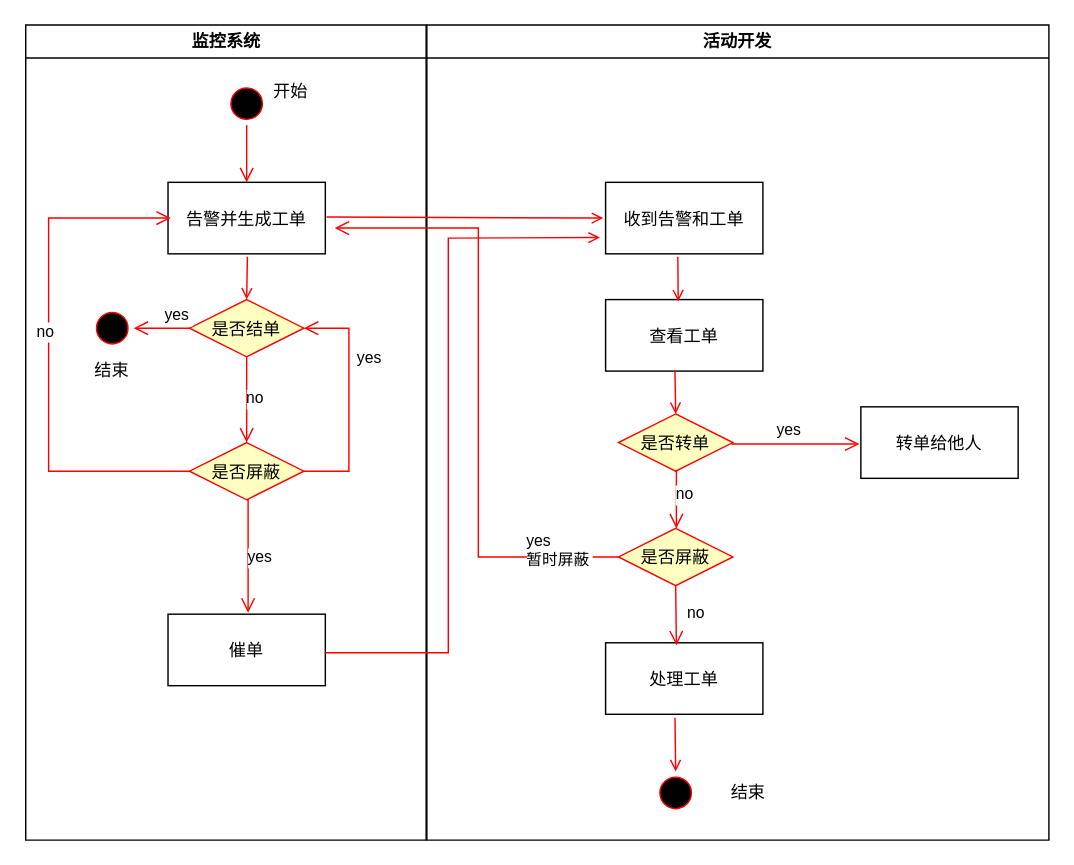
Before: 工单系统活动图.drawio in FelixTt/repositoryForDraw.io, a draw.io diagram. Source tidied: cells renumbered, new cells numbered last; positions are measured from the earlier drawing's top-left corner, leaving out a move shared by most shapes. Both pictures are drawn from the tidied source at 143%, with x=0, y=0 at pixel (24, 24).
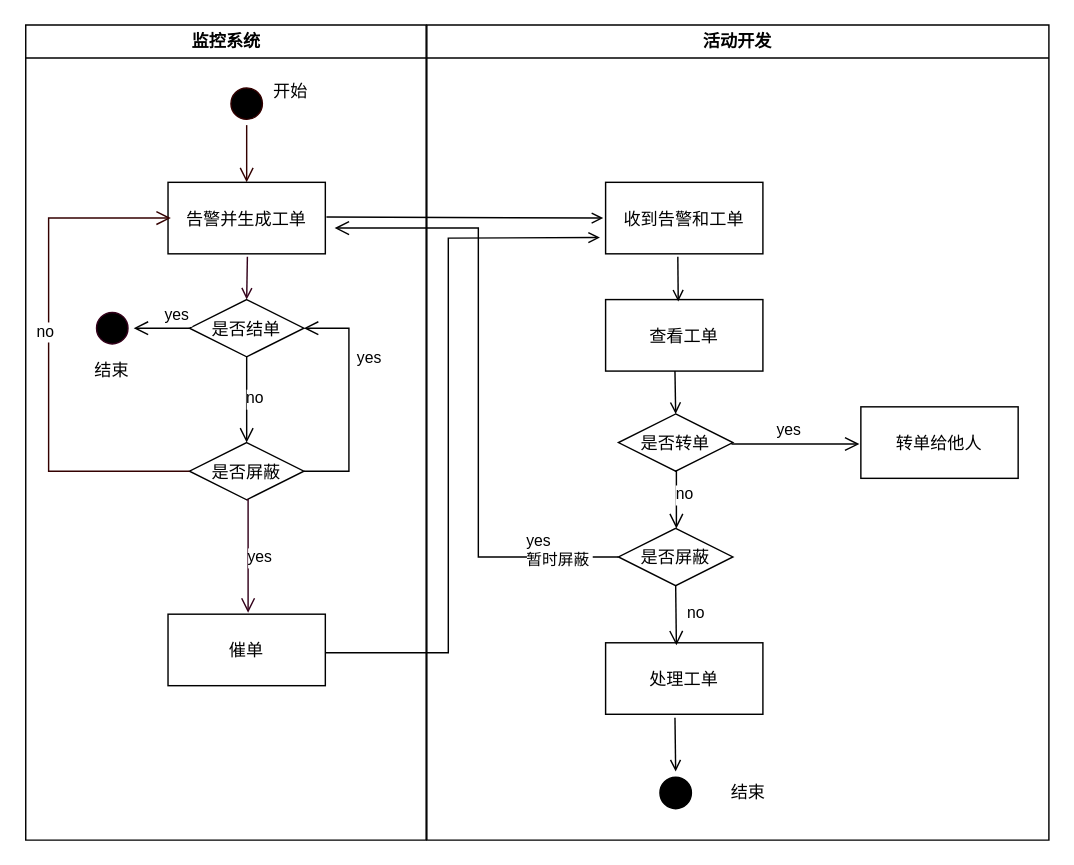
Above is the later version.

Commit message:
更新工单系统活动图.drawio

The change refers to these unchanged cells:
```xml
<mxCell id="2" value="监控系统" style="swimlane;whiteSpace=wrap;startSize=23;" parent="1" vertex="1">
  <mxGeometry x="0.5" width="280" height="570" as="geometry" />
</mxCell>
<mxCell id="5" value="告警并生成工单" parent="2" vertex="1">
  <mxGeometry x="99.5" y="110" width="110" height="50" as="geometry" />
</mxCell>
<mxCell id="7" value="催单" parent="2" vertex="1">
  <mxGeometry x="99.5" y="412" width="110" height="50" as="geometry" />
</mxCell>
<mxCell id="19" value="收到告警和工单" parent="18" vertex="1">
  <mxGeometry x="125" y="110" width="110" height="50" as="geometry" />
</mxCell>
<mxCell id="23" value="处理工单" parent="18" vertex="1">
  <mxGeometry x="125" y="432" width="110" height="50" as="geometry" />
</mxCell>
```

The edit, as a diff of the source:
```diff
@@
-    <mxCell id="3" style="ellipse;shape=startState;fillColor=#000000;strokeColor=#ff0000;" parent="2" vertex="1">
+    <mxCell id="3" style="ellipse;shape=startState;fillColor=#000000;strokeColor=#330000;" parent="2" vertex="1">
       <mxGeometry x="139.5" y="40" width="30" height="30" as="geometry" />
     </mxCell>
-    <mxCell id="4" style="edgeStyle=elbowEdgeStyle;elbow=horizontal;verticalAlign=bottom;endArrow=open;endSize=8;strokeColor=#FF0000;endFill=1;rounded=0;" parent="2" edge="1" source="3" target="5">
+    <mxCell id="4" style="edgeStyle=elbowEdgeStyle;elbow=horizontal;verticalAlign=bottom;endArrow=open;endSize=8;strokeColor=#330000;endFill=1;rounded=0;" parent="2" edge="1" source="3" target="5">
       <mxGeometry x="139.5" y="40" as="geometry" />
     </mxCell>
@@
-    <mxCell id="6" style="endArrow=open;strokeColor=#FF0000;endFill=1;rounded=0;entryX=0.5;entryY=0;entryDx=0;entryDy=0;" parent="2" edge="1" target="8">
+    <mxCell id="6" style="endArrow=open;strokeColor=#33001A;endFill=1;rounded=0;entryX=0.5;entryY=0;entryDx=0;entryDy=0;" parent="2" edge="1" target="8">
       <mxGeometry relative="1" as="geometry">
         <mxPoint x="155" y="162" as="sourcePoint" />
       </mxGeometry>
     </mxCell>
@@
-    <mxCell id="8" value="是否结单" style="rhombus;fillColor=#ffffc0;strokeColor=#ff0000;" parent="2" vertex="1">
+    <mxCell id="8" value="是否结单" style="rhombus;fillColor=#FFFFFF;strokeColor=#000000;" parent="2" vertex="1">
       <mxGeometry x="114.5" y="192" width="80" height="40" as="geometry" />
     </mxCell>
-    <mxCell id="9" style="ellipse;shape=startState;fillColor=#000000;strokeColor=#ff0000;" parent="2" vertex="1">
+    <mxCell id="9" style="ellipse;shape=startState;fillColor=#000000;strokeColor=#33001A;" parent="2" vertex="1">
       <mxGeometry x="45.5" y="197" width="30" height="30" as="geometry" />
     </mxCell>
-    <mxCell id="10" value="yes" style="edgeStyle=elbowEdgeStyle;elbow=horizontal;align=left;verticalAlign=bottom;endArrow=open;endSize=8;strokeColor=#FF0000;endFill=1;rounded=0;" parent="2" edge="1" source="8" target="9">
+    <mxCell id="10" value="yes" style="edgeStyle=elbowEdgeStyle;elbow=horizontal;align=left;verticalAlign=bottom;endArrow=open;endSize=8;strokeColor=#000000;endFill=1;rounded=0;" parent="2" edge="1" source="8" target="9">
       <mxGeometry x="-0.03" relative="1" as="geometry" />
     </mxCell>
-    <mxCell id="11" value="是否屏蔽" style="rhombus;fillColor=#ffffc0;strokeColor=#ff0000;" parent="2" vertex="1">
+    <mxCell id="11" value="是否屏蔽" style="rhombus;fillColor=#FFFFFF;strokeColor=#000000;" parent="2" vertex="1">
       <mxGeometry x="114.5" y="292" width="80" height="40" as="geometry" />
     </mxCell>
-    <mxCell id="12" value="yes" style="edgeStyle=elbowEdgeStyle;elbow=horizontal;align=left;verticalAlign=bottom;endArrow=open;endSize=8;strokeColor=#FF0000;endFill=1;rounded=0;" parent="2" edge="1" source="11" target="8">
+    <mxCell id="12" value="yes" style="edgeStyle=elbowEdgeStyle;elbow=horizontal;align=left;verticalAlign=bottom;endArrow=open;endSize=8;strokeColor=#000000;endFill=1;rounded=0;" parent="2" edge="1" source="11" target="8">
       <mxGeometry x="0.25" y="-3" relative="1" as="geometry">
         <Array as="points">
           <mxPoint x="226" y="252" />
         </Array>
         <mxPoint x="1" as="offset" />
       </mxGeometry>
     </mxCell>
-    <mxCell id="13" value="no" style="edgeStyle=elbowEdgeStyle;elbow=horizontal;align=left;verticalAlign=bottom;endArrow=open;endSize=8;strokeColor=#FF0000;endFill=1;rounded=0;exitX=0.5;exitY=1;exitDx=0;exitDy=0;" parent="2" edge="1" source="8" target="11">
+    <mxCell id="13" value="no" style="edgeStyle=elbowEdgeStyle;elbow=horizontal;align=left;verticalAlign=bottom;endArrow=open;endSize=8;strokeColor=#000000;endFill=1;rounded=0;exitX=0.5;exitY=1;exitDx=0;exitDy=0;" parent="2" edge="1" source="8" target="11">
       <mxGeometry x="0.25" y="-3" relative="1" as="geometry">
         <mxPoint x="1" as="offset" />
       </mxGeometry>
     </mxCell>
-    <mxCell id="14" value="yes" style="edgeStyle=elbowEdgeStyle;elbow=horizontal;align=left;verticalAlign=bottom;endArrow=open;endSize=8;strokeColor=#FF0000;endFill=1;rounded=0;exitX=0.5;exitY=1;exitDx=0;exitDy=0;entryX=0.505;entryY=-0.02;entryDx=0;entryDy=0;entryPerimeter=0;" parent="2" edge="1" source="11" target="7">
+    <mxCell id="14" value="yes" style="edgeStyle=elbowEdgeStyle;elbow=horizontal;align=left;verticalAlign=bottom;endArrow=open;endSize=8;strokeColor=#33001A;endFill=1;rounded=0;exitX=0.5;exitY=1;exitDx=0;exitDy=0;entryX=0.505;entryY=-0.02;entryDx=0;entryDy=0;entryPerimeter=0;" parent="2" edge="1" source="11" target="7">
       <mxGeometry x="0.25" y="-3" relative="1" as="geometry">
         <Array as="points">
           <mxPoint x="155.5" y="362" />
         </Array>
         <mxPoint x="1" as="offset" />
       </mxGeometry>
     </mxCell>
-    <mxCell id="15" value="no" style="edgeStyle=elbowEdgeStyle;elbow=horizontal;align=left;verticalAlign=bottom;endArrow=open;endSize=8;strokeColor=#FF0000;endFill=1;rounded=0;exitX=0;exitY=0.5;exitDx=0;exitDy=0;entryX=0.018;entryY=0.5;entryDx=0;entryDy=0;entryPerimeter=0;" parent="2" edge="1" source="11" target="5">
+    <mxCell id="15" value="no" style="edgeStyle=elbowEdgeStyle;elbow=horizontal;align=left;verticalAlign=bottom;endArrow=open;endSize=8;strokeColor=#330000;endFill=1;rounded=0;exitX=0;exitY=0.5;exitDx=0;exitDy=0;entryX=0.018;entryY=0.5;entryDx=0;entryDy=0;entryPerimeter=0;" parent="2" edge="1" source="11" target="5">
       <mxGeometry x="0.04" y="11" relative="1" as="geometry">
         <Array as="points">
           <mxPoint x="16" y="222" />
         </Array>
         <mxPoint x="1" y="1" as="offset" />
       </mxGeometry>
     </mxCell>
@@
-    <mxCell id="18" value="活动开发" style="swimlane;whiteSpace=wrap;" parent="1" vertex="1">
+    <mxCell id="18" value="活动开发" style="swimlane;whiteSpace=wrap;strokeColor=#000000;" parent="1" vertex="1">
       <mxGeometry x="281" width="435" height="570" as="geometry" />
     </mxCell>
@@
-    <mxCell id="21" style="endArrow=open;strokeColor=#FF0000;endFill=1;rounded=0;entryX=0.498;entryY=0.028;entryDx=0;entryDy=0;entryPerimeter=0;" parent="18" edge="1">
+    <mxCell id="21" style="endArrow=open;strokeColor=#000000;endFill=1;rounded=0;entryX=0.498;entryY=0.028;entryDx=0;entryDy=0;entryPerimeter=0;" parent="18" edge="1">
       <mxGeometry relative="1" as="geometry">
         <mxPoint x="175.5" y="162" as="sourcePoint" />
         <mxPoint x="175.8" y="193.4" as="targetPoint" />
       </mxGeometry>
     </mxCell>
-    <mxCell id="22" style="endArrow=open;strokeColor=#FF0000;endFill=1;rounded=0;entryX=0.5;entryY=0;entryDx=0;entryDy=0;" parent="18" edge="1" target="25">
+    <mxCell id="22" style="endArrow=open;strokeColor=#000000;endFill=1;rounded=0;entryX=0.5;entryY=0;entryDx=0;entryDy=0;" parent="18" edge="1" target="25">
       <mxGeometry relative="1" as="geometry">
         <mxPoint x="173.5" y="242" as="sourcePoint" />
       </mxGeometry>
     </mxCell>
@@
-    <mxCell id="24" value="yes&#10;暂时屏蔽" style="edgeStyle=elbowEdgeStyle;elbow=horizontal;align=left;verticalAlign=bottom;endArrow=open;endSize=8;strokeColor=#FF0000;endFill=1;rounded=0;exitX=0;exitY=0.5;exitDx=0;exitDy=0;" parent="18" edge="1" source="26">
+    <mxCell id="24" value="yes&#10;暂时屏蔽" style="edgeStyle=elbowEdgeStyle;elbow=horizontal;align=left;verticalAlign=bottom;endArrow=open;endSize=8;strokeColor=#000000;endFill=1;rounded=0;exitX=0;exitY=0.5;exitDx=0;exitDy=0;" parent="18" edge="1" source="26">
       <mxGeometry x="-0.69" y="11" relative="1" as="geometry">
         <mxPoint x="-64.5" y="142" as="targetPoint" />
         <Array as="points">
           <mxPoint x="36" y="222" />
         </Array>
       </mxGeometry>
     </mxCell>
-    <mxCell id="25" value="是否转单" style="rhombus;fillColor=#ffffc0;strokeColor=#ff0000;" parent="18" vertex="1">
+    <mxCell id="25" value="是否转单" style="rhombus;fillColor=#FFFFFF;strokeColor=#000000;" parent="18" vertex="1">
       <mxGeometry x="134" y="272" width="80" height="40" as="geometry" />
     </mxCell>
-    <mxCell id="26" value="是否屏蔽" style="rhombus;fillColor=#ffffc0;strokeColor=#ff0000;" parent="18" vertex="1">
+    <mxCell id="26" value="是否屏蔽" style="rhombus;fillColor=#FFFFFF;strokeColor=#000000;" parent="18" vertex="1">
       <mxGeometry x="134" y="352" width="80" height="40" as="geometry" />
     </mxCell>
-    <mxCell id="27" value="no" style="edgeStyle=elbowEdgeStyle;elbow=horizontal;align=left;verticalAlign=bottom;endArrow=open;endSize=8;strokeColor=#FF0000;endFill=1;rounded=0;exitX=0.5;exitY=1;exitDx=0;exitDy=0;entryX=0.5;entryY=0;entryDx=0;entryDy=0;" parent="18" edge="1" target="26">
+    <mxCell id="27" value="no" style="edgeStyle=elbowEdgeStyle;elbow=horizontal;align=left;verticalAlign=bottom;endArrow=open;endSize=8;strokeColor=#000000;endFill=1;rounded=0;exitX=0.5;exitY=1;exitDx=0;exitDy=0;entryX=0.5;entryY=0;entryDx=0;entryDy=0;" parent="18" edge="1" target="26">
       <mxGeometry x="0.25" y="-3" relative="1" as="geometry">
         <mxPoint x="173.5" y="312" as="sourcePoint" />
         <Array as="points">
           <mxPoint x="174.5" y="342" />
         </Array>
         <mxPoint x="1" as="offset" />
       </mxGeometry>
     </mxCell>
-    <mxCell id="28" value="no" style="edgeStyle=elbowEdgeStyle;elbow=horizontal;align=left;verticalAlign=bottom;endArrow=open;endSize=8;strokeColor=#FF0000;endFill=1;rounded=0;exitX=0.5;exitY=1;exitDx=0;exitDy=0;entryX=0.448;entryY=0.036;entryDx=0;entryDy=0;entryPerimeter=0;" parent="18" edge="1" source="26" target="23">
+    <mxCell id="28" value="no" style="edgeStyle=elbowEdgeStyle;elbow=horizontal;align=left;verticalAlign=bottom;endArrow=open;endSize=8;strokeColor=#000000;endFill=1;rounded=0;exitX=0.5;exitY=1;exitDx=0;exitDy=0;entryX=0.448;entryY=0.036;entryDx=0;entryDy=0;entryPerimeter=0;" parent="18" edge="1" source="26" target="23">
       <mxGeometry x="0.31" y="6" relative="1" as="geometry">
         <Array as="points">
           <mxPoint x="174.5" y="432" />
         </Array>
         <mxPoint y="1" as="offset" />
       </mxGeometry>
     </mxCell>
@@
-    <mxCell id="30" value="yes" style="edgeStyle=elbowEdgeStyle;elbow=horizontal;align=left;verticalAlign=bottom;endArrow=open;endSize=8;strokeColor=#FF0000;endFill=1;rounded=0;exitX=1;exitY=0.5;exitDx=0;exitDy=0;" parent="18" edge="1">
+    <mxCell id="30" value="yes" style="edgeStyle=elbowEdgeStyle;elbow=horizontal;align=left;verticalAlign=bottom;endArrow=open;endSize=8;strokeColor=#000000;endFill=1;rounded=0;exitX=1;exitY=0.5;exitDx=0;exitDy=0;" parent="18" edge="1">
       <mxGeometry x="-0.32" y="1" relative="1" as="geometry">
         <mxPoint x="213" y="293" as="sourcePoint" />
         <mxPoint x="302.5" y="293" as="targetPoint" />
         <Array as="points">
           <mxPoint x="262.5" y="303" />
         </Array>
       </mxGeometry>
     </mxCell>
-    <mxCell id="31" style="ellipse;shape=startState;fillColor=#000000;strokeColor=#ff0000;" parent="18" vertex="1">
+    <mxCell id="31" style="ellipse;shape=startState;fillColor=#000000;strokeColor=#000000;" parent="18" vertex="1">
       <mxGeometry x="159" y="522" width="30" height="30" as="geometry" />
     </mxCell>
-    <mxCell id="32" style="endArrow=open;strokeColor=#FF0000;endFill=1;rounded=0;exitX=0.441;exitY=1.049;exitDx=0;exitDy=0;exitPerimeter=0;" parent="18" edge="1" source="23" target="31">
+    <mxCell id="32" style="endArrow=open;strokeColor=#000000;endFill=1;rounded=0;exitX=0.441;exitY=1.049;exitDx=0;exitDy=0;exitPerimeter=0;" parent="18" edge="1" source="23" target="31">
       <mxGeometry relative="1" as="geometry" />
     </mxCell>
@@
-    <mxCell id="34" style="endArrow=open;strokeColor=#FF0000;endFill=1;rounded=0;entryX=-0.015;entryY=0.5;entryDx=0;entryDy=0;entryPerimeter=0;exitX=1.007;exitY=0.484;exitDx=0;exitDy=0;exitPerimeter=0;" parent="1" edge="1" source="5" target="19">
+    <mxCell id="34" style="endArrow=open;strokeColor=#000000;endFill=1;rounded=0;entryX=-0.015;entryY=0.5;entryDx=0;entryDy=0;entryPerimeter=0;exitX=1.007;exitY=0.484;exitDx=0;exitDy=0;exitPerimeter=0;" parent="1" edge="1" source="5" target="19">
       <mxGeometry relative="1" as="geometry" />
     </mxCell>
-    <mxCell id="35" style="endArrow=open;strokeColor=#FF0000;endFill=1;rounded=0;exitX=1;exitY=0.54;exitDx=0;exitDy=0;exitPerimeter=0;entryX=-0.036;entryY=0.772;entryDx=0;entryDy=0;entryPerimeter=0;" parent="1" edge="1" source="7" target="19">
+    <mxCell id="35" style="endArrow=open;strokeColor=#000000;endFill=1;rounded=0;exitX=1;exitY=0.54;exitDx=0;exitDy=0;exitPerimeter=0;entryX=-0.036;entryY=0.772;entryDx=0;entryDy=0;entryPerimeter=0;" parent="1" edge="1" source="7" target="19">
       <mxGeometry relative="1" as="geometry">
         <Array as="points">
           <mxPoint x="296" y="439" />
           <mxPoint x="296" y="292" />
           <mxPoint x="296" y="149" />
         </Array>
       </mxGeometry>
     </mxCell>
```
